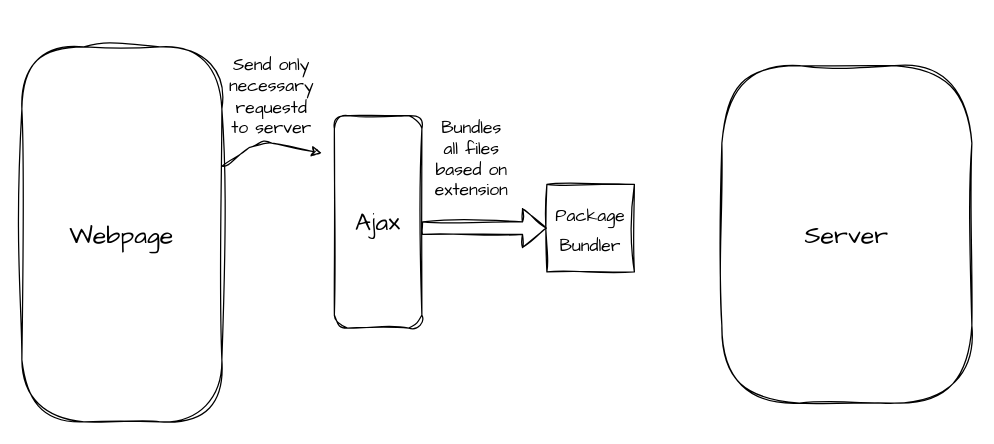
The draw.io diagram requestResponseCycleReact.drawio in prahulk46a/ReactLearning, before the edit. Source tidied: cells renumbered, new cells numbered last; positions are measured from the earlier drawing's top-left corner, leaving out a move shared by most shapes. Both pictures are drawn from the tidied source at 125%, with x=0, y=0 at pixel (21, 46).
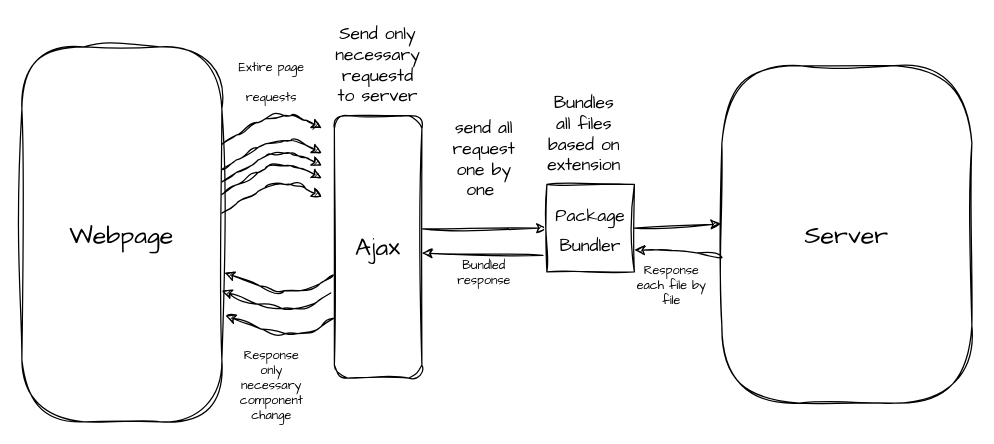
The same page after the edit.

The change refers to these unchanged cells:
```xml
<mxCell id="2" value="Webpage" style="whiteSpace=wrap;html=1;rounded=1;arcSize=31;sketch=1;hachureGap=4;jiggle=2;curveFitting=1;fontFamily=Architects Daughter;fontSize=20;" parent="1" vertex="1">
  <mxGeometry width="160" height="300" as="geometry" />
</mxCell>
<mxCell id="3" value="Server" style="whiteSpace=wrap;html=1;rounded=1;arcSize=31;sketch=1;hachureGap=4;jiggle=2;curveFitting=1;fontFamily=Architects Daughter;fontSize=20;" parent="1" vertex="1">
  <mxGeometry x="560" y="15" width="200" height="270" as="geometry" />
</mxCell>
<mxCell id="5" value="&lt;font style=&quot;font-size: 14px;&quot;&gt;Package Bundler&lt;/font&gt;" style="whiteSpace=wrap;html=1;sketch=1;hachureGap=4;jiggle=2;curveFitting=1;fontFamily=Architects Daughter;fontSize=20;" parent="1" vertex="1">
  <mxGeometry x="420" y="110" width="70" height="70" as="geometry" />
</mxCell>
```

What changed in the source:
```diff
@@
+    <mxCell id="10" style="edgeStyle=none;sketch=1;hachureGap=4;jiggle=2;curveFitting=1;html=1;entryX=1;entryY=0.75;entryDx=0;entryDy=0;fontFamily=Architects Daughter;fontSize=10;exitX=0.001;exitY=0.569;exitDx=0;exitDy=0;exitPerimeter=0;" parent="1" edge="1" source="3" target="5">
+      <mxGeometry relative="1" as="geometry">
+        <Array as="points">
+          <mxPoint x="530" y="163" />
+        </Array>
+      </mxGeometry>
+    </mxCell>
@@
+    <mxCell id="11" style="edgeStyle=none;sketch=1;hachureGap=4;jiggle=2;curveFitting=1;html=1;exitX=1.006;exitY=0.431;exitDx=0;exitDy=0;entryX=0;entryY=0.5;entryDx=0;entryDy=0;fontFamily=Architects Daughter;fontSize=10;exitPerimeter=0;" parent="1" edge="1" source="4" target="5">
+      <mxGeometry relative="1" as="geometry" />
+    </mxCell>
     <mxCell id="4" value="Ajax" style="rounded=1;whiteSpace=wrap;html=1;sketch=1;hachureGap=4;jiggle=2;curveFitting=1;fontFamily=Architects Daughter;fontSize=20;" parent="1" vertex="1">
-      <mxGeometry x="250" y="55" width="70" height="170" as="geometry" />
+      <mxGeometry x="250" y="55" width="70" height="210" as="geometry" />
     </mxCell>
+    <mxCell id="12" style="edgeStyle=none;sketch=1;hachureGap=4;jiggle=2;curveFitting=1;html=1;exitX=1;exitY=0.5;exitDx=0;exitDy=0;entryX=-0.003;entryY=0.469;entryDx=0;entryDy=0;fontFamily=Architects Daughter;fontSize=10;entryPerimeter=0;" parent="1" edge="1" source="5" target="3">
+      <mxGeometry relative="1" as="geometry" />
+    </mxCell>
+    <mxCell id="13" style="edgeStyle=none;sketch=1;hachureGap=4;jiggle=2;curveFitting=1;html=1;exitX=-0.045;exitY=0.812;exitDx=0;exitDy=0;fontFamily=Architects Daughter;fontSize=10;exitPerimeter=0;" parent="1" edge="1" source="5">
+      <mxGeometry relative="1" as="geometry">
+        <mxPoint x="320" y="165" as="targetPoint" />
+      </mxGeometry>
+    </mxCell>
@@
     <mxCell id="6" style="endArrow=classic;html=1;sketch=1;hachureGap=4;jiggle=2;curveFitting=1;fontFamily=Architects Daughter;fontSize=16;" parent="1" edge="1" source="2">
       <mxGeometry relative="1" as="geometry">
         <mxPoint x="240" y="85" as="targetPoint" />
         <Array as="points">
-          <mxPoint x="190" y="75" />
+          <mxPoint x="180" y="85" />
+          <mxPoint x="200" y="75" />
+          <mxPoint x="220" y="75" />
         </Array>
       </mxGeometry>
     </mxCell>
     <mxCell id="7" value="Send only necessary requestd to server" style="text;html=1;strokeColor=none;fillColor=none;align=center;verticalAlign=middle;whiteSpace=wrap;rounded=0;sketch=1;hachureGap=4;jiggle=2;curveFitting=1;fontFamily=Architects Daughter;fontSize=14;" parent="1" vertex="1">
-      <mxGeometry x="170" y="25" width="60" height="30" as="geometry" />
+      <mxGeometry x="255" width="60" height="30" as="geometry" />
     </mxCell>
-    <mxCell id="8" style="shape=flexArrow;endArrow=classic;html=1;sketch=1;hachureGap=4;jiggle=2;curveFitting=1;fontFamily=Architects Daughter;fontSize=14;entryX=0;entryY=0.5;entryDx=0;entryDy=0;" parent="1" edge="1" target="5">
-      <mxGeometry relative="1" as="geometry">
-        <mxPoint x="320" y="145" as="sourcePoint" />
-      </mxGeometry>
-    </mxCell>
     <mxCell id="9" value="Bundles all files based on extension" style="text;html=1;strokeColor=none;fillColor=none;align=center;verticalAlign=middle;whiteSpace=wrap;rounded=0;sketch=1;hachureGap=4;jiggle=2;curveFitting=1;fontFamily=Architects Daughter;fontSize=14;" parent="1" vertex="1">
-      <mxGeometry x="330" y="75" width="60" height="30" as="geometry" />
+      <mxGeometry x="420" y="55" width="60" height="30" as="geometry" />
     </mxCell>
+    <mxCell id="14" style="endArrow=classic;html=1;sketch=1;hachureGap=4;jiggle=2;curveFitting=1;fontFamily=Architects Daughter;fontSize=16;" parent="1" edge="1">
+      <mxGeometry relative="1" as="geometry">
+        <mxPoint x="160" y="78" as="sourcePoint" />
+        <mxPoint x="240" y="65" as="targetPoint" />
+        <Array as="points">
+          <mxPoint x="180" y="65" />
+          <mxPoint x="200" y="55" />
+          <mxPoint x="220" y="55" />
+        </Array>
+      </mxGeometry>
+    </mxCell>
+    <mxCell id="15" style="endArrow=classic;html=1;sketch=1;hachureGap=4;jiggle=2;curveFitting=1;fontFamily=Architects Daughter;fontSize=16;" parent="1" edge="1">
+      <mxGeometry relative="1" as="geometry">
+        <mxPoint x="160" y="118" as="sourcePoint" />
+        <mxPoint x="240" y="105" as="targetPoint" />
+        <Array as="points">
+          <mxPoint x="180" y="105" />
+          <mxPoint x="200" y="95" />
+          <mxPoint x="220" y="95" />
+        </Array>
+      </mxGeometry>
+    </mxCell>
+    <mxCell id="16" style="endArrow=classic;html=1;sketch=1;hachureGap=4;jiggle=2;curveFitting=1;fontFamily=Architects Daughter;fontSize=16;" parent="1" edge="1">
+      <mxGeometry relative="1" as="geometry">
+        <mxPoint x="160" y="133" as="sourcePoint" />
+        <mxPoint x="240" y="120" as="targetPoint" />
+        <Array as="points">
+          <mxPoint x="180" y="120" />
+          <mxPoint x="200" y="110" />
+          <mxPoint x="220" y="110" />
+        </Array>
+      </mxGeometry>
+    </mxCell>
+    <mxCell id="17" style="endArrow=classic;html=1;sketch=1;hachureGap=4;jiggle=2;curveFitting=1;fontFamily=Architects Daughter;fontSize=16;" parent="1" edge="1">
+      <mxGeometry relative="1" as="geometry">
+        <mxPoint x="160" y="108" as="sourcePoint" />
+        <mxPoint x="240" y="95" as="targetPoint" />
+        <Array as="points">
+          <mxPoint x="180" y="95" />
+          <mxPoint x="200" y="85" />
+          <mxPoint x="220" y="85" />
+        </Array>
+      </mxGeometry>
+    </mxCell>
+    <mxCell id="18" value="&lt;font style=&quot;font-size: 10px;&quot;&gt;Extire page requests&lt;/font&gt;" style="text;html=1;strokeColor=none;fillColor=none;align=center;verticalAlign=middle;whiteSpace=wrap;rounded=0;sketch=1;hachureGap=4;jiggle=2;curveFitting=1;fontFamily=Architects Daughter;fontSize=20;" parent="1" vertex="1">
+      <mxGeometry x="170" y="15" width="60" height="20" as="geometry" />
+    </mxCell>
+    <mxCell id="19" value="send all request one by one&amp;nbsp;" style="text;html=1;strokeColor=none;fillColor=none;align=center;verticalAlign=middle;whiteSpace=wrap;rounded=0;sketch=1;hachureGap=4;jiggle=2;curveFitting=1;fontFamily=Architects Daughter;fontSize=14;" parent="1" vertex="1">
+      <mxGeometry x="340" y="75" width="60" height="30" as="geometry" />
+    </mxCell>
+    <mxCell id="20" value="Response each file by file" style="text;html=1;strokeColor=none;fillColor=none;align=center;verticalAlign=middle;whiteSpace=wrap;rounded=0;sketch=1;hachureGap=4;jiggle=2;curveFitting=1;fontFamily=Architects Daughter;fontSize=10;" parent="1" vertex="1">
+      <mxGeometry x="490" y="175" width="60" height="30" as="geometry" />
+    </mxCell>
+    <mxCell id="21" style="endArrow=classic;html=1;sketch=1;hachureGap=4;jiggle=2;curveFitting=1;fontFamily=Architects Daughter;fontSize=10;exitX=-0.012;exitY=0.607;exitDx=0;exitDy=0;exitPerimeter=0;entryX=1.013;entryY=0.602;entryDx=0;entryDy=0;entryPerimeter=0;" parent="1" edge="1" source="4" target="2">
+      <mxGeometry relative="1" as="geometry">
+        <Array as="points">
+          <mxPoint x="230" y="195" />
+          <mxPoint x="200" y="195" />
+        </Array>
+      </mxGeometry>
+    </mxCell>
+    <mxCell id="22" style="endArrow=classic;html=1;sketch=1;hachureGap=4;jiggle=2;curveFitting=1;fontFamily=Architects Daughter;fontSize=10;exitX=-0.012;exitY=0.607;exitDx=0;exitDy=0;exitPerimeter=0;entryX=1.013;entryY=0.602;entryDx=0;entryDy=0;entryPerimeter=0;" parent="1" edge="1">
+      <mxGeometry relative="1" as="geometry">
+        <mxPoint x="247.1" y="196.9" as="sourcePoint" />
+        <mxPoint x="160" y="195" as="targetPoint" />
+        <Array as="points">
+          <mxPoint x="227.9" y="209.4" />
+          <mxPoint x="197.9" y="209.4" />
+        </Array>
+      </mxGeometry>
+    </mxCell>
+    <mxCell id="23" style="endArrow=classic;html=1;sketch=1;hachureGap=4;jiggle=2;curveFitting=1;fontFamily=Architects Daughter;fontSize=10;exitX=-0.012;exitY=0.607;exitDx=0;exitDy=0;exitPerimeter=0;entryX=1.013;entryY=0.602;entryDx=0;entryDy=0;entryPerimeter=0;" parent="1" edge="1">
+      <mxGeometry relative="1" as="geometry">
+        <mxPoint x="250" y="216.9" as="sourcePoint" />
+        <mxPoint x="162.9" y="215" as="targetPoint" />
+        <Array as="points">
+          <mxPoint x="230.8" y="229.4" />
+          <mxPoint x="200.8" y="229.4" />
+        </Array>
+      </mxGeometry>
+    </mxCell>
+    <mxCell id="24" value="Bundled response" style="text;html=1;strokeColor=none;fillColor=none;align=center;verticalAlign=middle;whiteSpace=wrap;rounded=0;sketch=1;hachureGap=4;jiggle=2;curveFitting=1;fontFamily=Architects Daughter;fontSize=10;" parent="1" vertex="1">
+      <mxGeometry x="340" y="165" width="60" height="30" as="geometry" />
+    </mxCell>
+    <mxCell id="25" value="Response only necessary component change" style="text;html=1;strokeColor=none;fillColor=none;align=center;verticalAlign=middle;whiteSpace=wrap;rounded=0;sketch=1;hachureGap=4;jiggle=2;curveFitting=1;fontFamily=Architects Daughter;fontSize=10;" parent="1" vertex="1">
+      <mxGeometry x="170" y="255" width="60" height="30" as="geometry" />
+    </mxCell>
```
